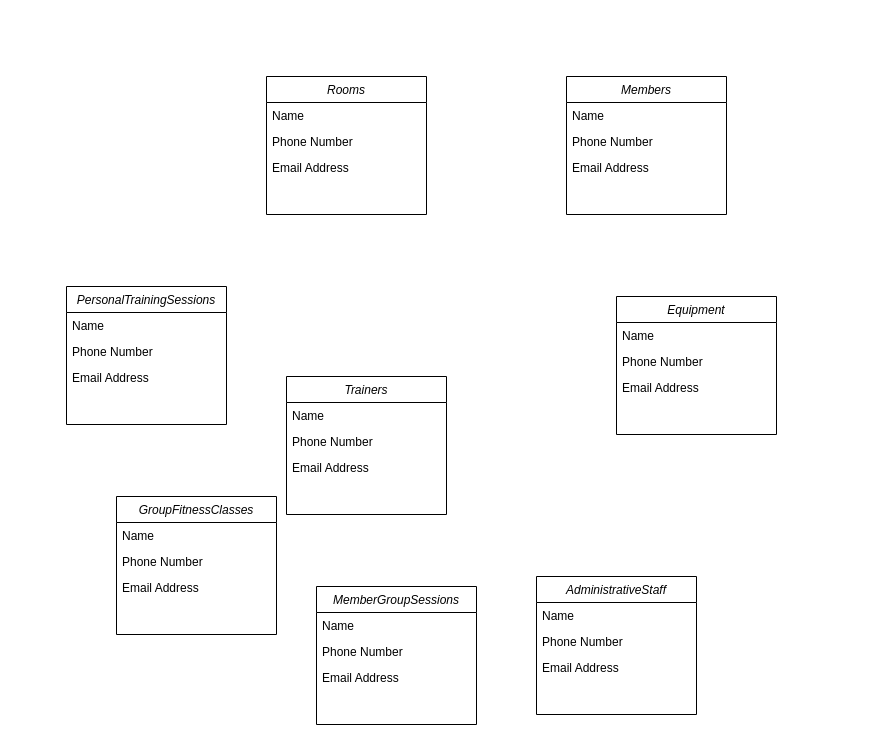
The draw.io diagram Diagrams/ER_Diagram.drawio in igortascu/3005finalProject, before the edit. Source tidied: cells renumbered, new cells numbered last; positions are measured from the earlier drawing's top-left corner, leaving out a move shared by most shapes. Both pictures are drawn from the tidied source at 100%, with x=0, y=0 at pixel (66, 76).
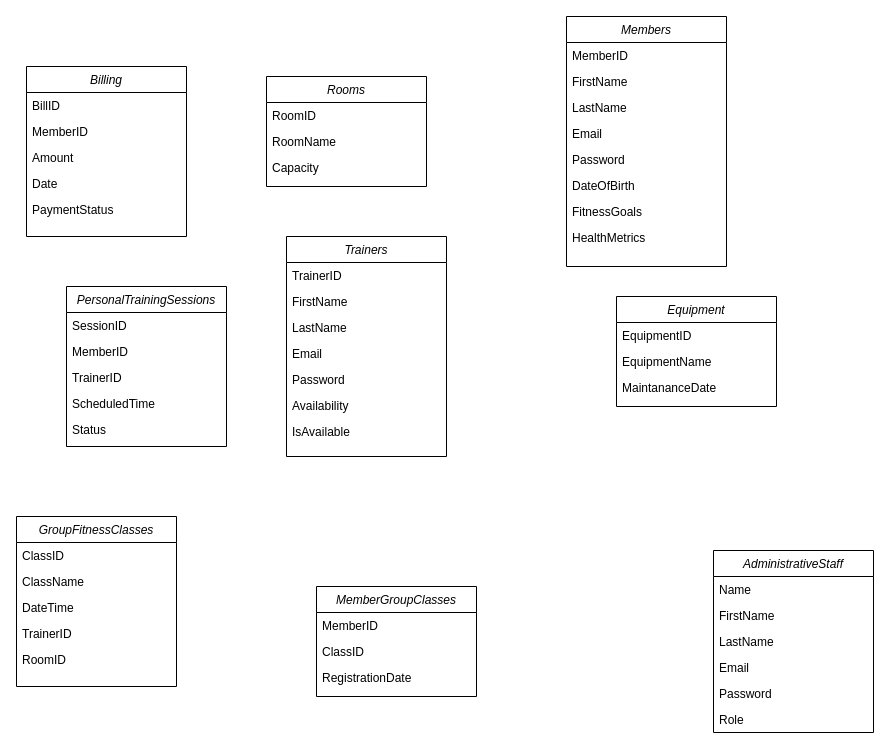
The same diagram, later.

The edit, as a diff of the source:
```diff
@@
     <mxCell id="2" value="Rooms" style="swimlane;fontStyle=2;align=center;verticalAlign=top;horizontal=1;startSize=26;rounded=0;shadow=0;strokeWidth=1;" parent="1" vertex="1">
-      <mxGeometry x="200" width="160" height="138" as="geometry" />
+      <mxGeometry x="200" width="160" height="110" as="geometry" />
     </mxCell>
-    <mxCell id="3" value="Name" style="text;align=left;verticalAlign=top;spacingLeft=4;spacingRight=4;overflow=hidden;" parent="2" vertex="1">
+    <mxCell id="3" value="RoomID" style="text;align=left;verticalAlign=top;spacingLeft=4;spacingRight=4;overflow=hidden;" parent="2" vertex="1">
       <mxGeometry y="26" width="160" height="26" as="geometry" />
     </mxCell>
-    <mxCell id="4" value="Phone Number" style="text;align=left;verticalAlign=top;spacingLeft=4;spacingRight=4;overflow=hidden;rounded=0;shadow=0;html=0;" parent="2" vertex="1">
+    <mxCell id="4" value="RoomName" style="text;align=left;verticalAlign=top;spacingLeft=4;spacingRight=4;overflow=hidden;rounded=0;shadow=0;html=0;" parent="2" vertex="1">
       <mxGeometry y="52" width="160" height="26" as="geometry" />
     </mxCell>
-    <mxCell id="5" value="Email Address" style="text;align=left;verticalAlign=top;spacingLeft=4;spacingRight=4;overflow=hidden;rounded=0;shadow=0;html=0;" parent="2" vertex="1">
+    <mxCell id="5" value="Capacity" style="text;align=left;verticalAlign=top;spacingLeft=4;spacingRight=4;overflow=hidden;rounded=0;shadow=0;html=0;" parent="2" vertex="1">
       <mxGeometry y="78" width="160" height="26" as="geometry" />
     </mxCell>
     <mxCell id="6" value="Members" style="swimlane;fontStyle=2;align=center;verticalAlign=top;horizontal=1;startSize=26;rounded=0;shadow=0;strokeWidth=1;" parent="1" vertex="1">
-      <mxGeometry x="500" width="160" height="138" as="geometry" />
+      <mxGeometry x="500" y="-60" width="160" height="250" as="geometry" />
     </mxCell>
-    <mxCell id="7" value="Name" style="text;align=left;verticalAlign=top;spacingLeft=4;spacingRight=4;overflow=hidden;" parent="6" vertex="1">
+    <mxCell id="7" value="MemberID" style="text;align=left;verticalAlign=top;spacingLeft=4;spacingRight=4;overflow=hidden;" parent="6" vertex="1">
       <mxGeometry y="26" width="160" height="26" as="geometry" />
     </mxCell>
-    <mxCell id="8" value="Phone Number" style="text;align=left;verticalAlign=top;spacingLeft=4;spacingRight=4;overflow=hidden;rounded=0;shadow=0;html=0;" parent="6" vertex="1">
+    <mxCell id="8" value="FirstName" style="text;align=left;verticalAlign=top;spacingLeft=4;spacingRight=4;overflow=hidden;rounded=0;shadow=0;html=0;" parent="6" vertex="1">
       <mxGeometry y="52" width="160" height="26" as="geometry" />
     </mxCell>
-    <mxCell id="9" value="Email Address" style="text;align=left;verticalAlign=top;spacingLeft=4;spacingRight=4;overflow=hidden;rounded=0;shadow=0;html=0;" parent="6" vertex="1">
+    <mxCell id="9" value="LastName" style="text;align=left;verticalAlign=top;spacingLeft=4;spacingRight=4;overflow=hidden;rounded=0;shadow=0;html=0;" parent="6" vertex="1">
       <mxGeometry y="78" width="160" height="26" as="geometry" />
     </mxCell>
+    <mxCell id="34" value="Email" style="text;align=left;verticalAlign=top;spacingLeft=4;spacingRight=4;overflow=hidden;rounded=0;shadow=0;html=0;" parent="6" vertex="1">
+      <mxGeometry y="104" width="160" height="26" as="geometry" />
+    </mxCell>
+    <mxCell id="35" value="Password" style="text;align=left;verticalAlign=top;spacingLeft=4;spacingRight=4;overflow=hidden;rounded=0;shadow=0;html=0;" parent="6" vertex="1">
+      <mxGeometry y="130" width="160" height="26" as="geometry" />
+    </mxCell>
+    <mxCell id="36" value="DateOfBirth&#10;" style="text;align=left;verticalAlign=top;spacingLeft=4;spacingRight=4;overflow=hidden;rounded=0;shadow=0;html=0;" parent="6" vertex="1">
+      <mxGeometry y="156" width="160" height="26" as="geometry" />
+    </mxCell>
+    <mxCell id="37" value="FitnessGoals" style="text;align=left;verticalAlign=top;spacingLeft=4;spacingRight=4;overflow=hidden;rounded=0;shadow=0;html=0;" parent="6" vertex="1">
+      <mxGeometry y="182" width="160" height="26" as="geometry" />
+    </mxCell>
+    <mxCell id="38" value="HealthMetrics" style="text;align=left;verticalAlign=top;spacingLeft=4;spacingRight=4;overflow=hidden;rounded=0;shadow=0;html=0;" parent="6" vertex="1">
+      <mxGeometry y="208" width="160" height="26" as="geometry" />
+    </mxCell>
     <mxCell id="10" value="Trainers" style="swimlane;fontStyle=2;align=center;verticalAlign=top;horizontal=1;startSize=26;rounded=0;shadow=0;strokeWidth=1;" parent="1" vertex="1">
-      <mxGeometry x="220" y="300" width="160" height="138" as="geometry" />
+      <mxGeometry x="220" y="160" width="160" height="220" as="geometry" />
     </mxCell>
-    <mxCell id="11" value="Name" style="text;align=left;verticalAlign=top;spacingLeft=4;spacingRight=4;overflow=hidden;" parent="10" vertex="1">
+    <mxCell id="11" value="TrainerID" style="text;align=left;verticalAlign=top;spacingLeft=4;spacingRight=4;overflow=hidden;" parent="10" vertex="1">
       <mxGeometry y="26" width="160" height="26" as="geometry" />
     </mxCell>
-    <mxCell id="12" value="Phone Number" style="text;align=left;verticalAlign=top;spacingLeft=4;spacingRight=4;overflow=hidden;rounded=0;shadow=0;html=0;" parent="10" vertex="1">
+    <mxCell id="12" value="FirstName" style="text;align=left;verticalAlign=top;spacingLeft=4;spacingRight=4;overflow=hidden;rounded=0;shadow=0;html=0;" parent="10" vertex="1">
       <mxGeometry y="52" width="160" height="26" as="geometry" />
     </mxCell>
-    <mxCell id="13" value="Email Address" style="text;align=left;verticalAlign=top;spacingLeft=4;spacingRight=4;overflow=hidden;rounded=0;shadow=0;html=0;" parent="10" vertex="1">
+    <mxCell id="13" value="LastName" style="text;align=left;verticalAlign=top;spacingLeft=4;spacingRight=4;overflow=hidden;rounded=0;shadow=0;html=0;" parent="10" vertex="1">
       <mxGeometry y="78" width="160" height="26" as="geometry" />
     </mxCell>
+    <mxCell id="39" value="Email" style="text;align=left;verticalAlign=top;spacingLeft=4;spacingRight=4;overflow=hidden;rounded=0;shadow=0;html=0;" parent="10" vertex="1">
+      <mxGeometry y="104" width="160" height="26" as="geometry" />
+    </mxCell>
+    <mxCell id="40" value="Password" style="text;align=left;verticalAlign=top;spacingLeft=4;spacingRight=4;overflow=hidden;rounded=0;shadow=0;html=0;" parent="10" vertex="1">
+      <mxGeometry y="130" width="160" height="26" as="geometry" />
+    </mxCell>
+    <mxCell id="41" value="Availability" style="text;align=left;verticalAlign=top;spacingLeft=4;spacingRight=4;overflow=hidden;rounded=0;shadow=0;html=0;" parent="10" vertex="1">
+      <mxGeometry y="156" width="160" height="26" as="geometry" />
+    </mxCell>
+    <mxCell id="42" value="IsAvailable" style="text;align=left;verticalAlign=top;spacingLeft=4;spacingRight=4;overflow=hidden;rounded=0;shadow=0;html=0;" parent="10" vertex="1">
+      <mxGeometry y="182" width="160" height="26" as="geometry" />
+    </mxCell>
     <mxCell id="14" value="Equipment" style="swimlane;fontStyle=2;align=center;verticalAlign=top;horizontal=1;startSize=26;rounded=0;shadow=0;strokeWidth=1;" parent="1" vertex="1">
-      <mxGeometry x="550" y="220" width="160" height="138" as="geometry" />
+      <mxGeometry x="550" y="220" width="160" height="110" as="geometry" />
     </mxCell>
-    <mxCell id="15" value="Name" style="text;align=left;verticalAlign=top;spacingLeft=4;spacingRight=4;overflow=hidden;" parent="14" vertex="1">
+    <mxCell id="15" value="EquipmentID" style="text;align=left;verticalAlign=top;spacingLeft=4;spacingRight=4;overflow=hidden;" parent="14" vertex="1">
       <mxGeometry y="26" width="160" height="26" as="geometry" />
     </mxCell>
-    <mxCell id="16" value="Phone Number" style="text;align=left;verticalAlign=top;spacingLeft=4;spacingRight=4;overflow=hidden;rounded=0;shadow=0;html=0;" parent="14" vertex="1">
+    <mxCell id="16" value="EquipmentName" style="text;align=left;verticalAlign=top;spacingLeft=4;spacingRight=4;overflow=hidden;rounded=0;shadow=0;html=0;" parent="14" vertex="1">
       <mxGeometry y="52" width="160" height="26" as="geometry" />
     </mxCell>
-    <mxCell id="17" value="Email Address" style="text;align=left;verticalAlign=top;spacingLeft=4;spacingRight=4;overflow=hidden;rounded=0;shadow=0;html=0;" parent="14" vertex="1">
+    <mxCell id="17" value="MaintananceDate" style="text;align=left;verticalAlign=top;spacingLeft=4;spacingRight=4;overflow=hidden;rounded=0;shadow=0;html=0;" parent="14" vertex="1">
       <mxGeometry y="78" width="160" height="26" as="geometry" />
     </mxCell>
     <mxCell id="18" value="AdministrativeStaff" style="swimlane;fontStyle=2;align=center;verticalAlign=top;horizontal=1;startSize=26;rounded=0;shadow=0;strokeWidth=1;" parent="1" vertex="1">
-      <mxGeometry x="470" y="500" width="160" height="138" as="geometry" />
+      <mxGeometry x="647" y="474" width="160" height="182" as="geometry" />
     </mxCell>
@@
-    <mxCell id="20" value="Phone Number" style="text;align=left;verticalAlign=top;spacingLeft=4;spacingRight=4;overflow=hidden;rounded=0;shadow=0;html=0;" parent="18" vertex="1">
-      <mxGeometry y="52" width="160" height="26" as="geometry" />
-    </mxCell>
-    <mxCell id="21" value="Email Address" style="text;align=left;verticalAlign=top;spacingLeft=4;spacingRight=4;overflow=hidden;rounded=0;shadow=0;html=0;" parent="18" vertex="1">
-      <mxGeometry y="78" width="160" height="26" as="geometry" />
-    </mxCell>
+    <mxCell id="43" value="FirstName" style="text;align=left;verticalAlign=top;spacingLeft=4;spacingRight=4;overflow=hidden;rounded=0;shadow=0;html=0;" parent="18" vertex="1">
+      <mxGeometry y="52" width="160" height="26" as="geometry" />
+    </mxCell>
+    <mxCell id="44" value="LastName" style="text;align=left;verticalAlign=top;spacingLeft=4;spacingRight=4;overflow=hidden;rounded=0;shadow=0;html=0;" parent="18" vertex="1">
+      <mxGeometry y="78" width="160" height="26" as="geometry" />
+    </mxCell>
+    <mxCell id="45" value="Email" style="text;align=left;verticalAlign=top;spacingLeft=4;spacingRight=4;overflow=hidden;rounded=0;shadow=0;html=0;" parent="18" vertex="1">
+      <mxGeometry y="104" width="160" height="26" as="geometry" />
+    </mxCell>
+    <mxCell id="46" value="Password" style="text;align=left;verticalAlign=top;spacingLeft=4;spacingRight=4;overflow=hidden;rounded=0;shadow=0;html=0;" parent="18" vertex="1">
+      <mxGeometry y="130" width="160" height="26" as="geometry" />
+    </mxCell>
+    <mxCell id="47" value="Role" style="text;align=left;verticalAlign=top;spacingLeft=4;spacingRight=4;overflow=hidden;rounded=0;shadow=0;html=0;" parent="18" vertex="1">
+      <mxGeometry y="156" width="160" height="26" as="geometry" />
+    </mxCell>
     <mxCell id="22" value="PersonalTrainingSessions" style="swimlane;fontStyle=2;align=center;verticalAlign=top;horizontal=1;startSize=26;rounded=0;shadow=0;strokeWidth=1;" parent="1" vertex="1">
-      <mxGeometry y="210" width="160" height="138" as="geometry" />
+      <mxGeometry y="210" width="160" height="160" as="geometry" />
     </mxCell>
-    <mxCell id="23" value="Name" style="text;align=left;verticalAlign=top;spacingLeft=4;spacingRight=4;overflow=hidden;" parent="22" vertex="1">
+    <mxCell id="23" value="SessionID" style="text;align=left;verticalAlign=top;spacingLeft=4;spacingRight=4;overflow=hidden;" parent="22" vertex="1">
       <mxGeometry y="26" width="160" height="26" as="geometry" />
     </mxCell>
-    <mxCell id="24" value="Phone Number" style="text;align=left;verticalAlign=top;spacingLeft=4;spacingRight=4;overflow=hidden;rounded=0;shadow=0;html=0;" parent="22" vertex="1">
+    <mxCell id="24" value="MemberID" style="text;align=left;verticalAlign=top;spacingLeft=4;spacingRight=4;overflow=hidden;rounded=0;shadow=0;html=0;" parent="22" vertex="1">
       <mxGeometry y="52" width="160" height="26" as="geometry" />
     </mxCell>
-    <mxCell id="25" value="Email Address" style="text;align=left;verticalAlign=top;spacingLeft=4;spacingRight=4;overflow=hidden;rounded=0;shadow=0;html=0;" parent="22" vertex="1">
+    <mxCell id="25" value="TrainerID" style="text;align=left;verticalAlign=top;spacingLeft=4;spacingRight=4;overflow=hidden;rounded=0;shadow=0;html=0;" parent="22" vertex="1">
       <mxGeometry y="78" width="160" height="26" as="geometry" />
     </mxCell>
+    <mxCell id="48" value="ScheduledTime" style="text;align=left;verticalAlign=top;spacingLeft=4;spacingRight=4;overflow=hidden;rounded=0;shadow=0;html=0;" parent="22" vertex="1">
+      <mxGeometry y="104" width="160" height="26" as="geometry" />
+    </mxCell>
+    <mxCell id="49" value="Status" style="text;align=left;verticalAlign=top;spacingLeft=4;spacingRight=4;overflow=hidden;rounded=0;shadow=0;html=0;" parent="22" vertex="1">
+      <mxGeometry y="130" width="160" height="26" as="geometry" />
+    </mxCell>
-    <mxCell id="26" value="MemberGroupSessions" style="swimlane;fontStyle=2;align=center;verticalAlign=top;horizontal=1;startSize=26;rounded=0;shadow=0;strokeWidth=1;" parent="1" vertex="1">
-      <mxGeometry x="250" y="510" width="160" height="138" as="geometry" />
+    <mxCell id="26" value="MemberGroupClasses" style="swimlane;fontStyle=2;align=center;verticalAlign=top;horizontal=1;startSize=26;rounded=0;shadow=0;strokeWidth=1;" parent="1" vertex="1">
+      <mxGeometry x="250" y="510" width="160" height="110" as="geometry" />
     </mxCell>
-    <mxCell id="27" value="Name" style="text;align=left;verticalAlign=top;spacingLeft=4;spacingRight=4;overflow=hidden;" parent="26" vertex="1">
+    <mxCell id="27" value="MemberID" style="text;align=left;verticalAlign=top;spacingLeft=4;spacingRight=4;overflow=hidden;" parent="26" vertex="1">
       <mxGeometry y="26" width="160" height="26" as="geometry" />
     </mxCell>
-    <mxCell id="28" value="Phone Number" style="text;align=left;verticalAlign=top;spacingLeft=4;spacingRight=4;overflow=hidden;rounded=0;shadow=0;html=0;" parent="26" vertex="1">
+    <mxCell id="28" value="ClassID" style="text;align=left;verticalAlign=top;spacingLeft=4;spacingRight=4;overflow=hidden;rounded=0;shadow=0;html=0;" parent="26" vertex="1">
       <mxGeometry y="52" width="160" height="26" as="geometry" />
     </mxCell>
-    <mxCell id="29" value="Email Address" style="text;align=left;verticalAlign=top;spacingLeft=4;spacingRight=4;overflow=hidden;rounded=0;shadow=0;html=0;" parent="26" vertex="1">
+    <mxCell id="29" value="RegistrationDate" style="text;align=left;verticalAlign=top;spacingLeft=4;spacingRight=4;overflow=hidden;rounded=0;shadow=0;html=0;" parent="26" vertex="1">
       <mxGeometry y="78" width="160" height="26" as="geometry" />
     </mxCell>
     <mxCell id="30" value="GroupFitnessClasses" style="swimlane;fontStyle=2;align=center;verticalAlign=top;horizontal=1;startSize=26;rounded=0;shadow=0;strokeWidth=1;" parent="1" vertex="1">
-      <mxGeometry x="50" y="420" width="160" height="138" as="geometry" />
+      <mxGeometry x="-50" y="440" width="160" height="170" as="geometry" />
     </mxCell>
-    <mxCell id="31" value="Name" style="text;align=left;verticalAlign=top;spacingLeft=4;spacingRight=4;overflow=hidden;" parent="30" vertex="1">
-      <mxGeometry y="26" width="160" height="26" as="geometry" />
-    </mxCell>
-    <mxCell id="32" value="Phone Number" style="text;align=left;verticalAlign=top;spacingLeft=4;spacingRight=4;overflow=hidden;rounded=0;shadow=0;html=0;" parent="30" vertex="1">
-      <mxGeometry y="52" width="160" height="26" as="geometry" />
-    </mxCell>
-    <mxCell id="33" value="Email Address" style="text;align=left;verticalAlign=top;spacingLeft=4;spacingRight=4;overflow=hidden;rounded=0;shadow=0;html=0;" parent="30" vertex="1">
-      <mxGeometry y="78" width="160" height="26" as="geometry" />
-    </mxCell>
+    <mxCell id="50" value="ClassID" style="text;align=left;verticalAlign=top;spacingLeft=4;spacingRight=4;overflow=hidden;" parent="30" vertex="1">
+      <mxGeometry y="26" width="160" height="26" as="geometry" />
+    </mxCell>
+    <mxCell id="51" value="ClassName" style="text;align=left;verticalAlign=top;spacingLeft=4;spacingRight=4;overflow=hidden;rounded=0;shadow=0;html=0;" parent="30" vertex="1">
+      <mxGeometry y="52" width="160" height="26" as="geometry" />
+    </mxCell>
+    <mxCell id="52" value="DateTime" style="text;align=left;verticalAlign=top;spacingLeft=4;spacingRight=4;overflow=hidden;rounded=0;shadow=0;html=0;" parent="30" vertex="1">
+      <mxGeometry y="78" width="160" height="26" as="geometry" />
+    </mxCell>
+    <mxCell id="53" value="TrainerID" style="text;align=left;verticalAlign=top;spacingLeft=4;spacingRight=4;overflow=hidden;rounded=0;shadow=0;html=0;" parent="30" vertex="1">
+      <mxGeometry y="104" width="160" height="26" as="geometry" />
+    </mxCell>
+    <mxCell id="54" value="RoomID" style="text;align=left;verticalAlign=top;spacingLeft=4;spacingRight=4;overflow=hidden;rounded=0;shadow=0;html=0;" parent="30" vertex="1">
+      <mxGeometry y="130" width="160" height="26" as="geometry" />
+    </mxCell>
+    <mxCell id="55" value="Billing" style="swimlane;fontStyle=2;align=center;verticalAlign=top;horizontal=1;startSize=26;rounded=0;shadow=0;strokeWidth=1;" parent="1" vertex="1">
+      <mxGeometry x="-40" y="-10" width="160" height="170" as="geometry" />
+    </mxCell>
+    <mxCell id="56" value="BillID" style="text;align=left;verticalAlign=top;spacingLeft=4;spacingRight=4;overflow=hidden;" parent="55" vertex="1">
+      <mxGeometry y="26" width="160" height="26" as="geometry" />
+    </mxCell>
+    <mxCell id="57" value="MemberID" style="text;align=left;verticalAlign=top;spacingLeft=4;spacingRight=4;overflow=hidden;rounded=0;shadow=0;html=0;" parent="55" vertex="1">
+      <mxGeometry y="52" width="160" height="26" as="geometry" />
+    </mxCell>
+    <mxCell id="58" value="Amount" style="text;align=left;verticalAlign=top;spacingLeft=4;spacingRight=4;overflow=hidden;rounded=0;shadow=0;html=0;" parent="55" vertex="1">
+      <mxGeometry y="78" width="160" height="26" as="geometry" />
+    </mxCell>
+    <mxCell id="59" value="Date" style="text;align=left;verticalAlign=top;spacingLeft=4;spacingRight=4;overflow=hidden;rounded=0;shadow=0;html=0;" parent="55" vertex="1">
+      <mxGeometry y="104" width="160" height="26" as="geometry" />
+    </mxCell>
+    <mxCell id="60" value="PaymentStatus" style="text;align=left;verticalAlign=top;spacingLeft=4;spacingRight=4;overflow=hidden;rounded=0;shadow=0;html=0;" parent="55" vertex="1">
+      <mxGeometry y="130" width="160" height="26" as="geometry" />
+    </mxCell>
```
